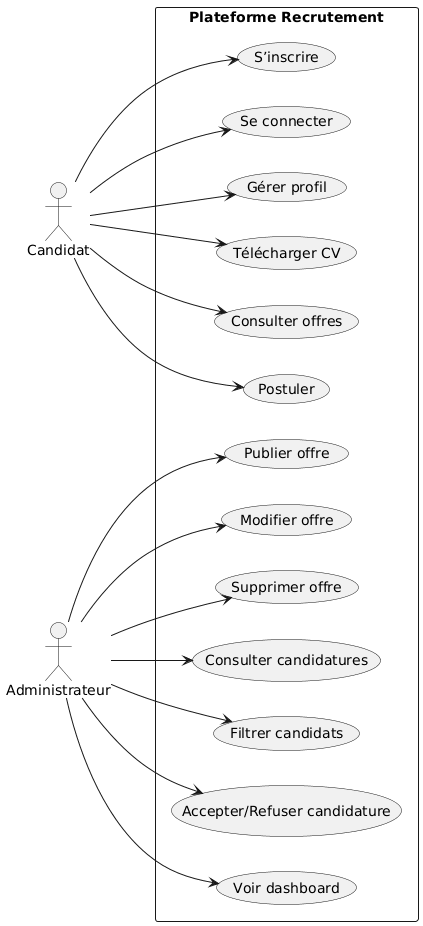
Earlier version of the PlantUML export Conc/Diagramme de cas d'utilisation.png (Abdrahmanboulvali/recruitment_system).
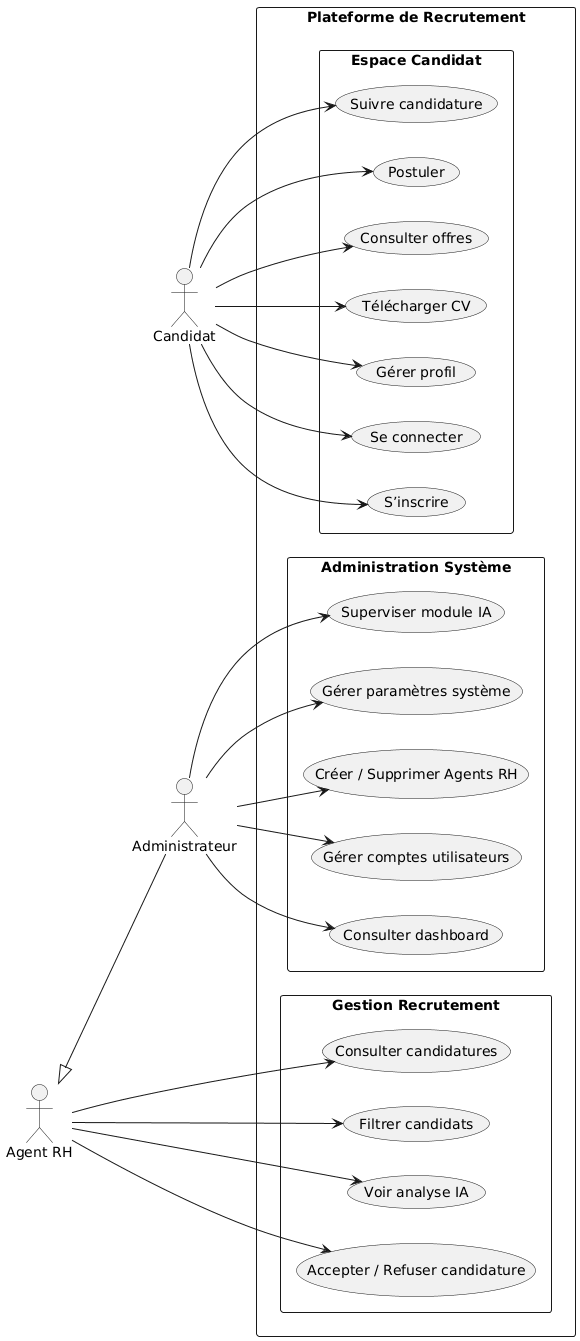
Above is the later version.

What changed in the source:
```diff
@@ -3,23 +3,37 @@
 skinparam packageStyle rectangle
 
 actor Candidat
+actor "Agent RH" as Agent
 actor Administrateur as Admin
 
-package "Plateforme Recrutement" {
-  usecase "S’inscrire" as UC1
-  usecase "Se connecter" as UC2
-  usecase "Gérer profil" as UC3
-  usecase "Télécharger CV" as UC4
-  usecase "Consulter offres" as UC5
-  usecase "Postuler" as UC6
+Agent <|-- Admin
 
-  usecase "Publier offre" as UC7
-  usecase "Modifier offre" as UC8
-  usecase "Supprimer offre" as UC9
-  usecase "Consulter candidatures" as UC10
-  usecase "Filtrer candidats" as UC11
-  usecase "Accepter/Refuser candidature" as UC12
-  usecase "Voir dashboard" as UC13
+package "Plateforme de Recrutement" {
+
+  package "Espace Candidat" {
+    usecase "S’inscrire" as UC1
+    usecase "Se connecter" as UC2
+    usecase "Gérer profil" as UC3
+    usecase "Télécharger CV" as UC4
+    usecase "Consulter offres" as UC5
+    usecase "Postuler" as UC6
+    usecase "Suivre candidature" as UC7
+  }
+
+  package "Gestion Recrutement" {
+    usecase "Consulter candidatures" as UC8
+    usecase "Filtrer candidats" as UC9
+    usecase "Voir analyse IA" as UC10
+    usecase "Accepter / Refuser candidature" as UC11
+  }
+
+  package "Administration Système" {
+    usecase "Consulter dashboard" as UC12
+    usecase "Gérer comptes utilisateurs" as UC13
+    usecase "Créer / Supprimer Agents RH" as UC14
+    usecase "Gérer paramètres système" as UC15
+    usecase "Superviser module IA" as UC16
+  }
 }
 
 Candidat --> UC1
@@ -28,12 +42,16 @@
 Candidat --> UC4
 Candidat --> UC5
 Candidat --> UC6
+Candidat --> UC7
 
-Admin --> UC7
-Admin --> UC8
-Admin --> UC9
-Admin --> UC10
-Admin --> UC11
+Agent --> UC8
+Agent --> UC9
+Agent --> UC10
+Agent --> UC11
+
 Admin --> UC12
 Admin --> UC13
+Admin --> UC14
+Admin --> UC15
+Admin --> UC16
 @enduml
```
